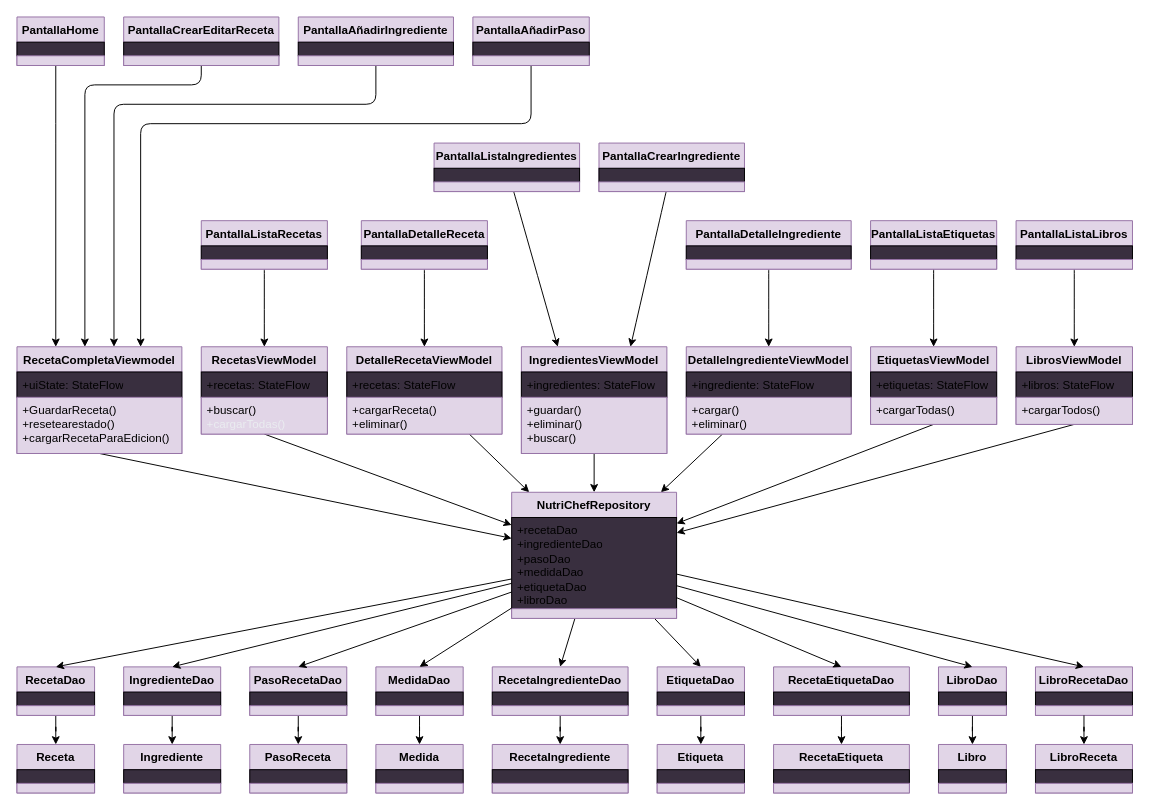
Before: app/docs/diagramas/Diagrama_de_clases.drawio in Kurchatovio/NutriChef, a draw.io diagram. Source tidied: cells renumbered, new cells numbered last; positions are measured from the earlier drawing's top-left corner, leaving out a move shared by most shapes. Both pictures are drawn from the tidied source at 97%, with x=0, y=0 at pixel (16, 16).
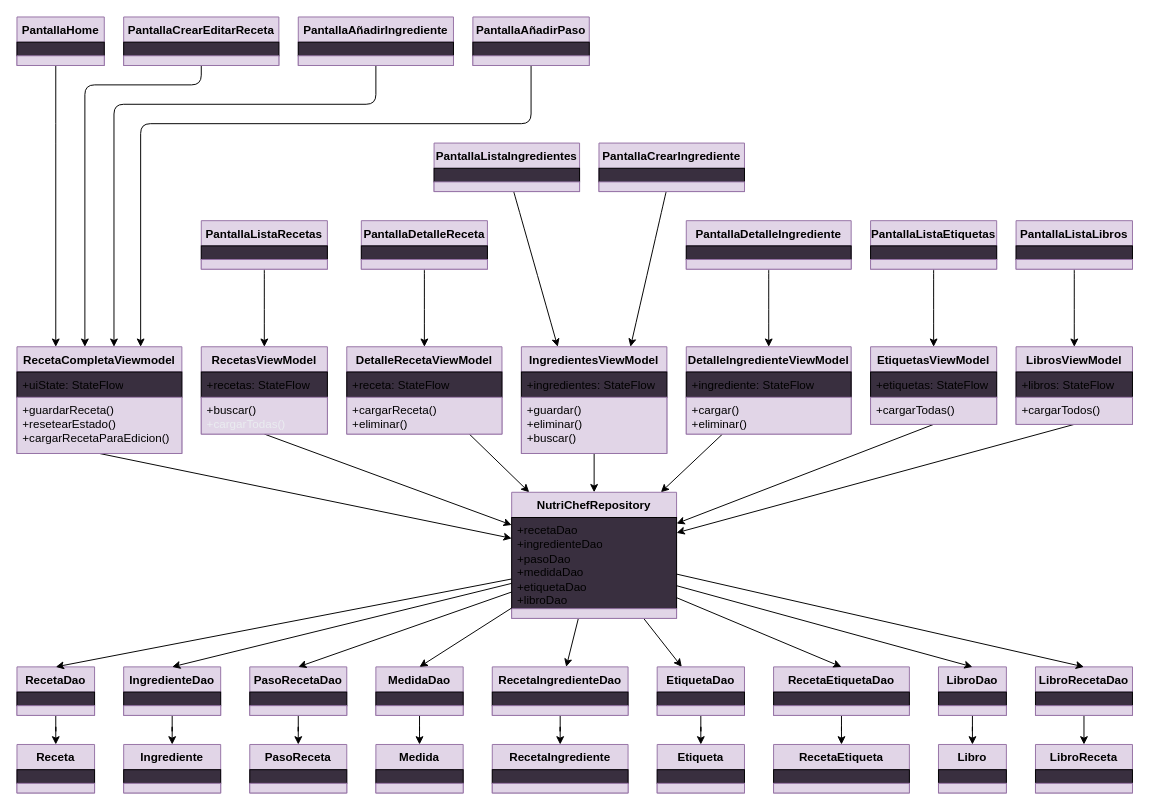
After the change.

The change refers to these unchanged cells:
```xml
<mxCell id="19" value="RecetaCompletaViewmodel" style="swimlane;fontStyle=1;align=center;verticalAlign=top;horizontal=1;startSize=26;whiteSpace=wrap;html=1;fillColor=light-dark(#E1D5E7,#9A76A4);strokeColor=light-dark(#9673A6,#4F4155);fontColor=light-dark(#000000,#000000);" parent="1" vertex="1">
  <mxGeometry y="340" width="170" height="110" as="geometry" />
</mxCell>
<mxCell id="27" value="DetalleRecetaViewModel" style="swimlane;fontStyle=1;align=center;verticalAlign=top;horizontal=1;startSize=26;whiteSpace=wrap;html=1;fillColor=light-dark(#E1D5E7,#9A76A4);strokeColor=light-dark(#9673A6,#4F4155);fontColor=light-dark(#000000,#000000);" parent="1" vertex="1">
  <mxGeometry x="340" y="340" width="160" height="90" as="geometry" />
</mxCell>
<mxCell id="48" value="NutriChefRepository" style="swimlane;fontStyle=1;align=center;verticalAlign=top;horizontal=1;startSize=26;whiteSpace=wrap;html=1;fillColor=light-dark(#E1D5E7,#9A76A4);strokeColor=light-dark(#9673A6,#4F4155);fontColor=light-dark(#000000,#000000);" parent="1" vertex="1">
  <mxGeometry x="510" y="490" width="170" height="130" as="geometry" />
</mxCell>
<mxCell id="80" value="RecetaIngredienteDao" style="swimlane;fontStyle=1;align=center;verticalAlign=top;horizontal=1;startSize=26;whiteSpace=wrap;html=1;fillColor=light-dark(#E1D5E7,#9A76A4);strokeColor=light-dark(#9673A6,#4F4155);fontColor=light-dark(#000000,#000000);" parent="1" vertex="1">
  <mxGeometry x="490" y="670" width="140" height="50" as="geometry" />
</mxCell>
<mxCell id="100" value="EtiquetaDao" style="swimlane;fontStyle=1;align=center;verticalAlign=top;horizontal=1;startSize=26;whiteSpace=wrap;html=1;fillColor=light-dark(#E1D5E7,#9A76A4);strokeColor=light-dark(#9673A6,#4F4155);fontColor=light-dark(#000000,#000000);" parent="1" vertex="1">
  <mxGeometry x="660" y="670" width="90" height="50" as="geometry" />
</mxCell>
<mxCell id="111" value="LibroRecetaDao" style="swimlane;fontStyle=1;align=center;verticalAlign=top;horizontal=1;startSize=26;whiteSpace=wrap;html=1;fillColor=light-dark(#E1D5E7,#9A76A4);strokeColor=light-dark(#9673A6,#4F4155);fontColor=light-dark(#000000,#000000);" parent="1" vertex="1">
  <mxGeometry x="1050" y="670" width="100" height="50" as="geometry" />
</mxCell>
<mxCell id="138" value="LibroReceta" style="swimlane;fontStyle=1;align=center;verticalAlign=top;horizontal=1;startSize=26;whiteSpace=wrap;html=1;fillColor=light-dark(#E1D5E7,#9A76A4);strokeColor=light-dark(#9673A6,#4F4155);fontColor=light-dark(#000000,#000000);" parent="1" vertex="1">
  <mxGeometry x="1050" y="750" width="100" height="50" as="geometry" />
</mxCell>
```

Change to the diagram source:
```diff
@@
-    <mxCell id="21" value="+GuardarReceta()&lt;div&gt;+resetearestado()&lt;/div&gt;&lt;div&gt;+cargarRecetaParaEdicion()&lt;/div&gt;" style="text;strokeColor=light-dark(#9673A6,#4F4155);fillColor=light-dark(#E1D5E7,#E8BBFF);align=left;verticalAlign=top;spacingLeft=4;spacingRight=4;overflow=hidden;whiteSpace=wrap;html=1;fontColor=light-dark(#000000,#000000);" parent="19" vertex="1">
+    <mxCell id="21" value="+guardarReceta()&lt;div&gt;+resetearEstado()&lt;/div&gt;&lt;div&gt;+cargarRecetaParaEdicion()&lt;/div&gt;" style="text;strokeColor=light-dark(#9673A6,#4F4155);fillColor=light-dark(#E1D5E7,#E8BBFF);align=left;verticalAlign=top;spacingLeft=4;spacingRight=4;overflow=hidden;whiteSpace=wrap;html=1;fontColor=light-dark(#000000,#000000);" parent="19" vertex="1">
       <mxGeometry y="52" width="170" height="58" as="geometry" />
     </mxCell>
@@
-    <mxCell id="28" value="&lt;div&gt;+recetas: StateFlow&amp;nbsp;&lt;/div&gt;" style="text;strokeColor=light-dark(#000000,#4F4155);fillColor=light-dark(#392F3F,#E8BEFF);align=left;verticalAlign=top;spacingLeft=4;spacingRight=4;overflow=hidden;whiteSpace=wrap;html=1;fontColor=light-dark(#000000,#000000);" parent="27" vertex="1">
+    <mxCell id="28" value="&lt;div&gt;+receta: StateFlow&amp;nbsp;&lt;/div&gt;" style="text;strokeColor=light-dark(#000000,#4F4155);fillColor=light-dark(#392F3F,#E8BEFF);align=left;verticalAlign=top;spacingLeft=4;spacingRight=4;overflow=hidden;whiteSpace=wrap;html=1;fontColor=light-dark(#000000,#000000);" parent="27" vertex="1">
       <mxGeometry y="26" width="160" height="26" as="geometry" />
     </mxCell>
@@
-    <mxCell id="46" style="shape=connector;rounded=1;jettySize=auto;html=1;entryX=0.5;entryY=0;entryDx=0;entryDy=0;strokeColor=default;align=center;verticalAlign=middle;fontFamily=Helvetica;fontSize=11;fontColor=default;labelBackgroundColor=default;endArrow=classic;" parent="1" edge="1" source="48" target="80">
+    <mxCell id="46" style="edgeStyle=none;shape=connector;rounded=1;jettySize=auto;html=1;strokeColor=default;align=center;verticalAlign=middle;fontFamily=Helvetica;fontSize=11;fontColor=default;labelBackgroundColor=default;endArrow=classic;" parent="1" edge="1" source="48" target="80">
       <mxGeometry relative="1" as="geometry" />
     </mxCell>
-    <mxCell id="47" style="edgeStyle=none;shape=connector;rounded=1;jettySize=auto;html=1;entryX=0.5;entryY=0;entryDx=0;entryDy=0;strokeColor=default;align=center;verticalAlign=middle;fontFamily=Helvetica;fontSize=11;fontColor=default;labelBackgroundColor=default;endArrow=classic;" parent="1" edge="1" source="48" target="100">
+    <mxCell id="47" style="edgeStyle=none;shape=connector;rounded=1;jettySize=auto;html=1;strokeColor=default;align=center;verticalAlign=middle;fontFamily=Helvetica;fontSize=11;fontColor=default;labelBackgroundColor=default;endArrow=classic;" parent="1" edge="1" source="48" target="100">
       <mxGeometry relative="1" as="geometry" />
     </mxCell>
@@
+    <mxCell id="141" style="edgeStyle=none;shape=connector;rounded=1;jettySize=auto;html=1;strokeColor=default;align=center;verticalAlign=middle;fontFamily=Helvetica;fontSize=11;fontColor=default;labelBackgroundColor=default;endArrow=classic;" parent="1" edge="1" source="111" target="138">
+      <mxGeometry relative="1" as="geometry" />
+    </mxCell>
@@
-    <mxCell id="141" style="edgeStyle=orthogonalEdgeStyle;shape=connector;curved=0;rounded=1;jettySize=auto;html=1;strokeColor=default;align=center;verticalAlign=middle;fontFamily=Helvetica;fontSize=11;fontColor=default;labelBackgroundColor=default;endArrow=classic;" parent="1" edge="1" source="111" target="138">
-      <mxGeometry relative="1" as="geometry" />
-    </mxCell>
```
